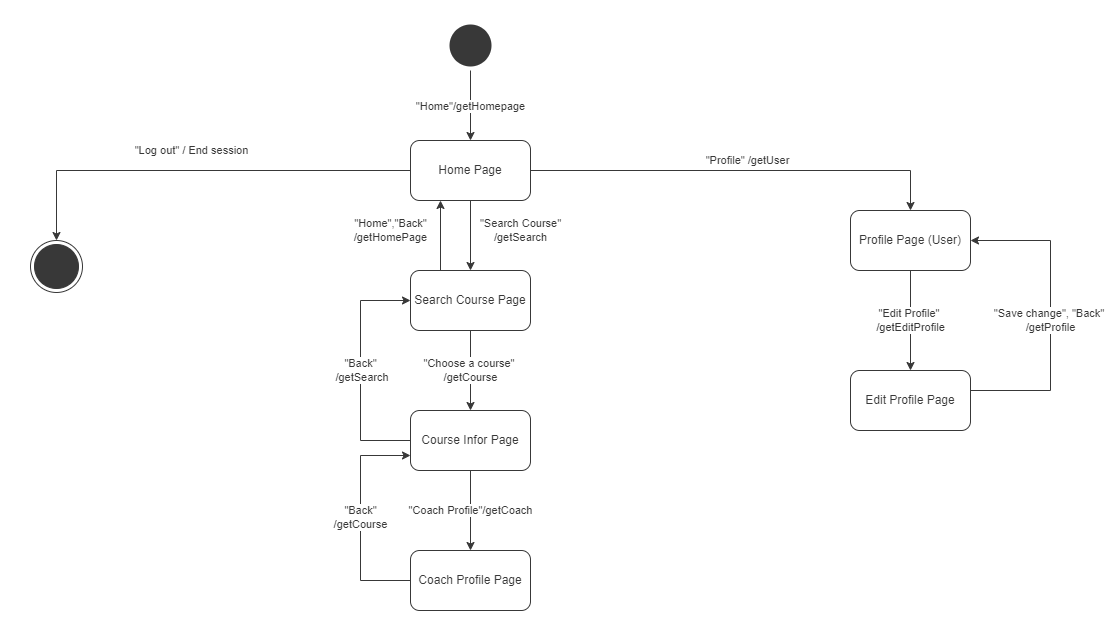
Before: Image/UI/diagram/user.png, a diagram exported from draw.io (kaitouz/ESportNetwork). Source tidied: cells renumbered, new cells last; positions are measured from the earlier drawing's top-left corner, leaving out a move shared by most shapes.
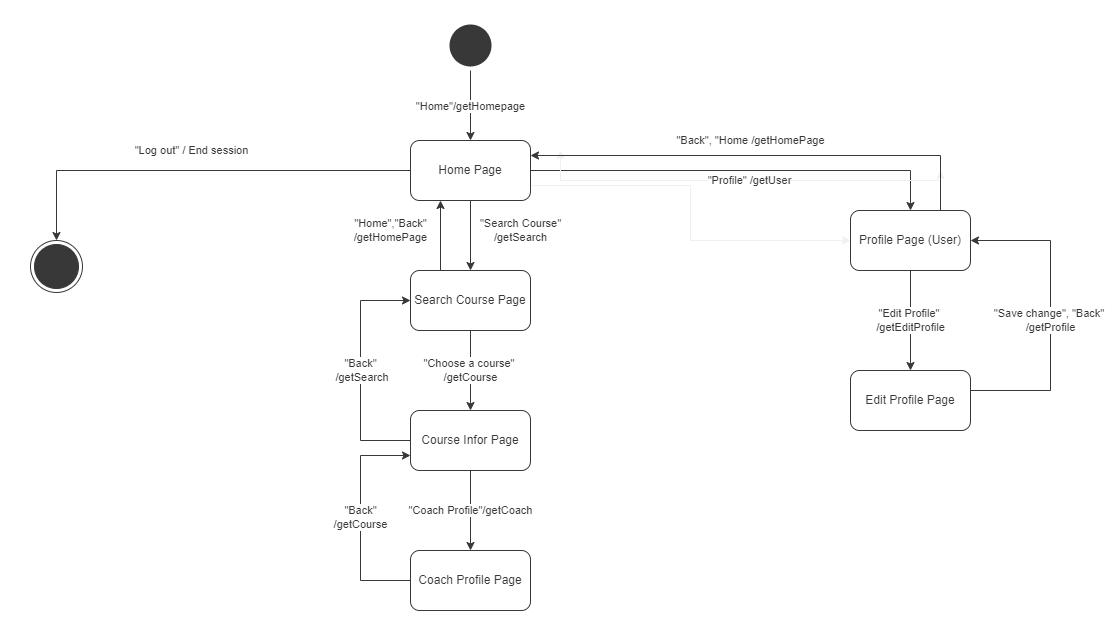
After the commit.

Diff of the diagram source:
```diff
@@ -11,12 +11,15 @@
     <mxCell id="4" value="&quot;Log out&quot; / End session" style="edgeStyle=orthogonalEdgeStyle;rounded=0;jettySize=auto;html=1;exitX=0;exitY=0.5;exitDx=0;exitDy=0;entryX=0.5;entryY=0;entryDx=0;entryDy=0;labelBackgroundColor=#FFFFFF;fontColor=#383838;strokeColor=#383838;" parent="1" edge="1" source="7" target="8">
       <mxGeometry x="0.03" y="-20" relative="1" as="geometry" />
     </mxCell>
-    <mxCell id="5" value="&quot;Profile&quot; /getUser" style="edgeStyle=orthogonalEdgeStyle;rounded=0;jettySize=auto;html=1;labelBackgroundColor=#FFFFFF;fontColor=#383838;strokeColor=#383838;" parent="1" edge="1" source="7" target="10">
-      <mxGeometry x="0.04" y="10" relative="1" as="geometry" />
+    <mxCell id="5" value="&quot;Back&quot;, &quot;Home /getHomePage" style="edgeStyle=orthogonalEdgeStyle;rounded=0;jettySize=auto;html=1;labelBackgroundColor=#FFFFFF;fontColor=#383838;strokeColor=#383838;" parent="1" edge="1" source="7" target="10">
+      <mxGeometry x="0.05" y="30" relative="1" as="geometry" />
     </mxCell>
     <mxCell id="6" value="&quot;Search Course&quot;&lt;br&gt;/getSearch" style="edgeStyle=orthogonalEdgeStyle;rounded=0;jettySize=auto;html=1;labelBackgroundColor=#FFFFFF;fontColor=#383838;strokeColor=#383838;" parent="1" edge="1" source="7" target="15">
       <mxGeometry x="-0.14" y="50" relative="1" as="geometry" />
     </mxCell>
+    <mxCell id="21" style="edgeStyle=orthogonalEdgeStyle;rounded=0;jettySize=auto;html=1;exitX=1;exitY=0.75;exitDx=0;exitDy=0;entryX=0;entryY=0.5;entryDx=0;entryDy=0;" parent="1" edge="1" source="7" target="10">
+      <mxGeometry relative="1" as="geometry" />
+    </mxCell>
     <mxCell id="7" value="Home Page" style="whiteSpace=wrap;html=1;strokeColor=#383838;fillColor=#FFFFFF;rounded=1;fontColor=#383838;" parent="1" vertex="1">
       <mxGeometry x="380" y="120" width="120" height="60" as="geometry" />
     </mxCell>
@@ -26,6 +29,28 @@
     <mxCell id="9" value="&quot;Edit Profile&quot;&amp;nbsp;&lt;br&gt;/getEditProfile" style="edgeStyle=orthogonalEdgeStyle;rounded=0;jettySize=auto;html=1;labelBackgroundColor=#FFFFFF;fontColor=#383838;strokeColor=#383838;" parent="1" edge="1" source="10" target="12">
       <mxGeometry relative="1" as="geometry" />
     </mxCell>
+    <mxCell id="22" style="edgeStyle=orthogonalEdgeStyle;rounded=0;jettySize=auto;html=1;exitX=0.75;exitY=0;exitDx=0;exitDy=0;" parent="1" edge="1" source="10">
+      <mxGeometry relative="1" as="geometry">
+        <mxPoint x="530" y="130" as="targetPoint" />
+      </mxGeometry>
+    </mxCell>
+    <mxCell id="23" style="edgeStyle=orthogonalEdgeStyle;rounded=0;jettySize=auto;html=1;exitX=0.75;exitY=0;exitDx=0;exitDy=0;" parent="1" edge="1" source="10">
+      <mxGeometry relative="1" as="geometry">
+        <mxPoint x="910" y="150" as="targetPoint" />
+      </mxGeometry>
+    </mxCell>
+    <mxCell id="24" style="edgeStyle=orthogonalEdgeStyle;rounded=0;jettySize=auto;html=1;exitX=0.75;exitY=0;exitDx=0;exitDy=0;entryX=1;entryY=0.25;entryDx=0;entryDy=0;" parent="1" edge="1" source="10" target="7">
+      <mxGeometry relative="1" as="geometry" />
+    </mxCell>
+    <mxCell id="25" style="edgeStyle=orthogonalEdgeStyle;rounded=0;jettySize=auto;html=1;exitX=0.75;exitY=0;exitDx=0;exitDy=0;entryX=1;entryY=0.25;entryDx=0;entryDy=0;" parent="1" edge="1" source="10" target="7">
+      <mxGeometry relative="1" as="geometry" />
+    </mxCell>
+    <mxCell id="26" style="edgeStyle=orthogonalEdgeStyle;rounded=0;jettySize=auto;html=1;exitX=0.75;exitY=0;exitDx=0;exitDy=0;entryX=1;entryY=0.25;entryDx=0;entryDy=0;" parent="1" edge="1" source="10" target="7">
+      <mxGeometry relative="1" as="geometry" />
+    </mxCell>
+    <mxCell id="27" style="edgeStyle=orthogonalEdgeStyle;rounded=0;jettySize=auto;html=1;exitX=0.75;exitY=0;exitDx=0;exitDy=0;entryX=1;entryY=0.25;entryDx=0;entryDy=0;" parent="1" edge="1" source="10" target="7">
+      <mxGeometry relative="1" as="geometry" />
+    </mxCell>
     <mxCell id="10" value="Profile Page (User)" style="whiteSpace=wrap;html=1;rounded=1;fontColor=#383838;strokeColor=#383838;fillColor=#FFFFFF;" parent="1" vertex="1">
       <mxGeometry x="820" y="190" width="120" height="60" as="geometry" />
     </mxCell>
@@ -75,5 +100,8 @@
     <mxCell id="20" value="Coach Profile Page" style="whiteSpace=wrap;html=1;rounded=1;fontColor=#383838;strokeColor=#383838;fillColor=#FFFFFF;" parent="1" vertex="1">
       <mxGeometry x="380" y="530" width="120" height="60" as="geometry" />
     </mxCell>
+    <mxCell id="28" value="&quot;Profile&quot; /getUser" style="edgeStyle=orthogonalEdgeStyle;rounded=0;jettySize=auto;html=1;labelBackgroundColor=#FFFFFF;fontColor=#383838;strokeColor=#383838;entryX=1;entryY=0.25;entryDx=0;entryDy=0;exitX=0.75;exitY=0;exitDx=0;exitDy=0;" parent="1" edge="1" source="10" target="7">
+      <mxGeometry x="0.05" y="25" relative="1" as="geometry" />
+    </mxCell>
   </root>
 </mxGraphModel>
```
